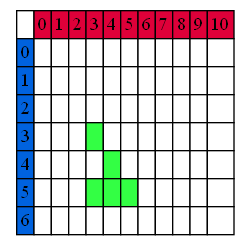
Above: Matriz.png in MarisolPs618/IPC2_Proyecto1_202112395 (Graphviz), before the change. Its source is kept beside it as Matriz.dot.
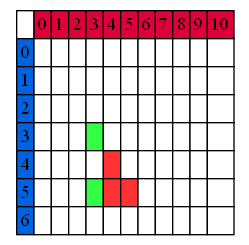
After the change.

What changed in the source:
```diff
@@ -79,7 +79,7 @@
 <td bgcolor="white"></td>
 <td bgcolor="white"></td>
 <td bgcolor="white"></td>
-<td bgcolor="#33FF44"></td>
+<td bgcolor="#FF3333"></td>
 <td bgcolor="white"></td>
 <td bgcolor="white"></td>
 <td bgcolor="white"></td>
@@ -93,8 +93,8 @@
 <td bgcolor="white"></td>
 <td bgcolor="white"></td>
 <td bgcolor="#33FF44"></td>
-<td bgcolor="#33FF44"></td>
-<td bgcolor="#33FF44"></td>
+<td bgcolor="#FF3333"></td>
+<td bgcolor="#FF3333"></td>
 <td bgcolor="white"></td>
 <td bgcolor="white"></td>
 <td bgcolor="white"></td>
```
